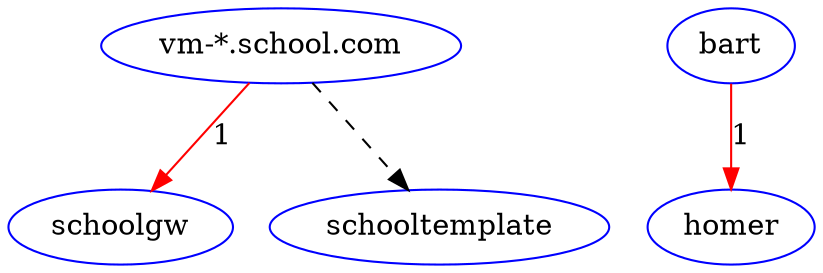
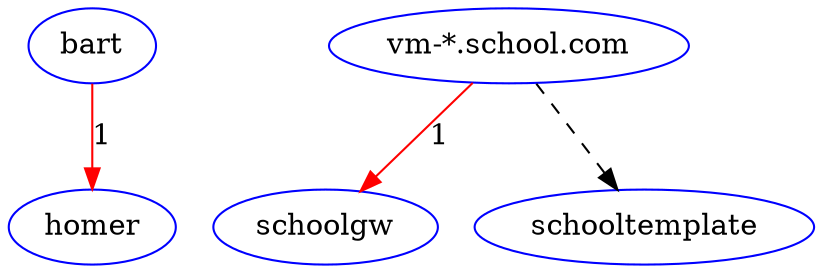
digraph G {
+ 	"bart"->"homer"[ color=red, label=1 ];
	"vm-*.school.com"->"schoolgw"[ color=red, label=1 ];
	"vm-*.school.com"->"schooltemplate"[ color=black, style=dashed ];
- 	"bart"->"homer"[ color=red, label=1 ];
	"bart" [ color=blue ];
	"homer" [ color=blue ];
	"schoolgw" [ color=blue ];
	"schooltemplate" [ color=blue ];
	"vm-*.school.com" [ color=blue ];

}

